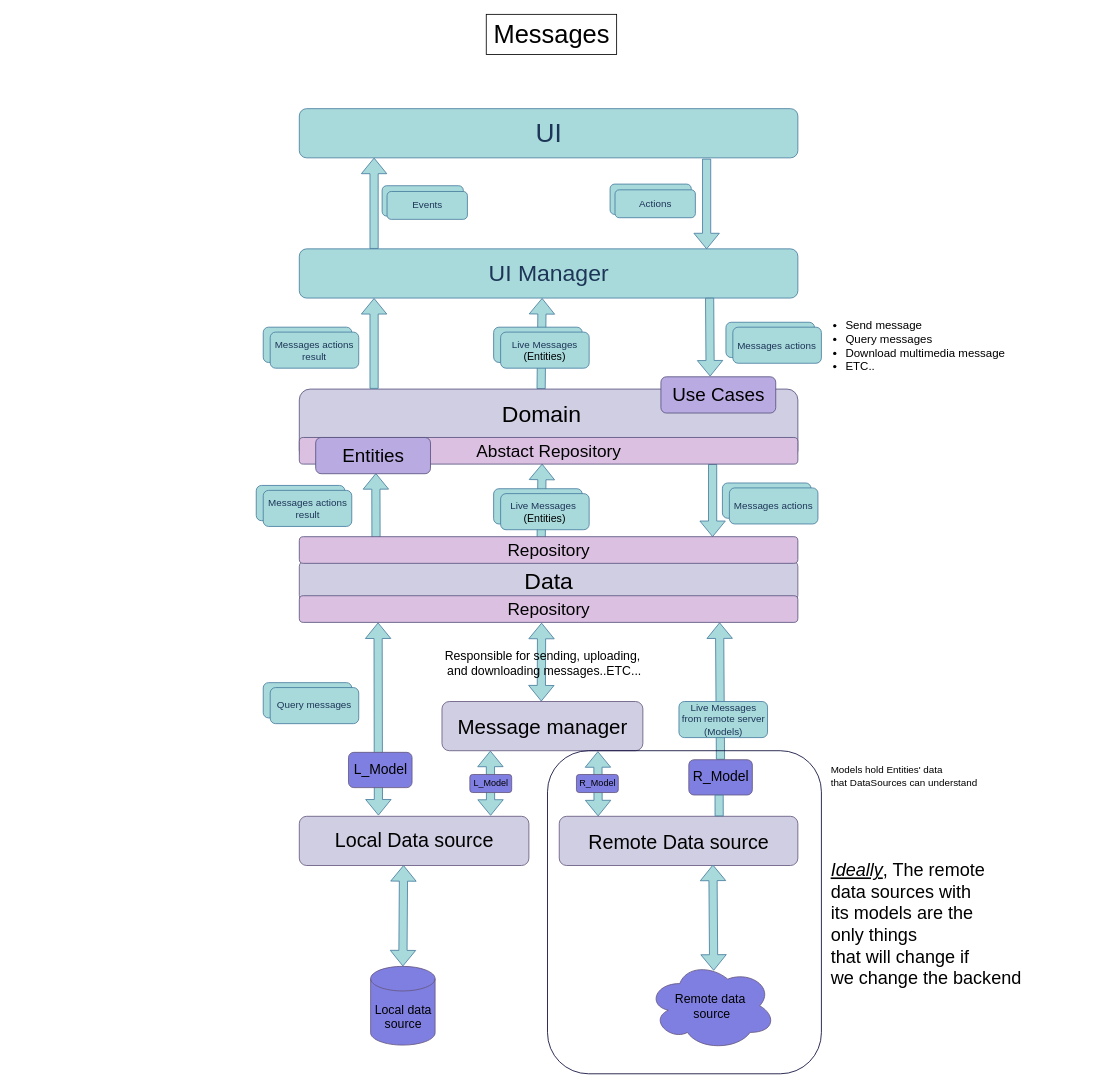
Above: page "messages" (1 of 5) of open-chat-architecture-for-mobile-applications.drawio in mobile-open-chat/open-chat-architecture (draw.io), before the change. Source tidied: cells renumbered, new cells numbered last; positions are measured from the earlier drawing's top-left corner, leaving out a move shared by most shapes. Both pictures are drawn from the tidied source at 82%, with x=0, y=0 at pixel (256, 14).
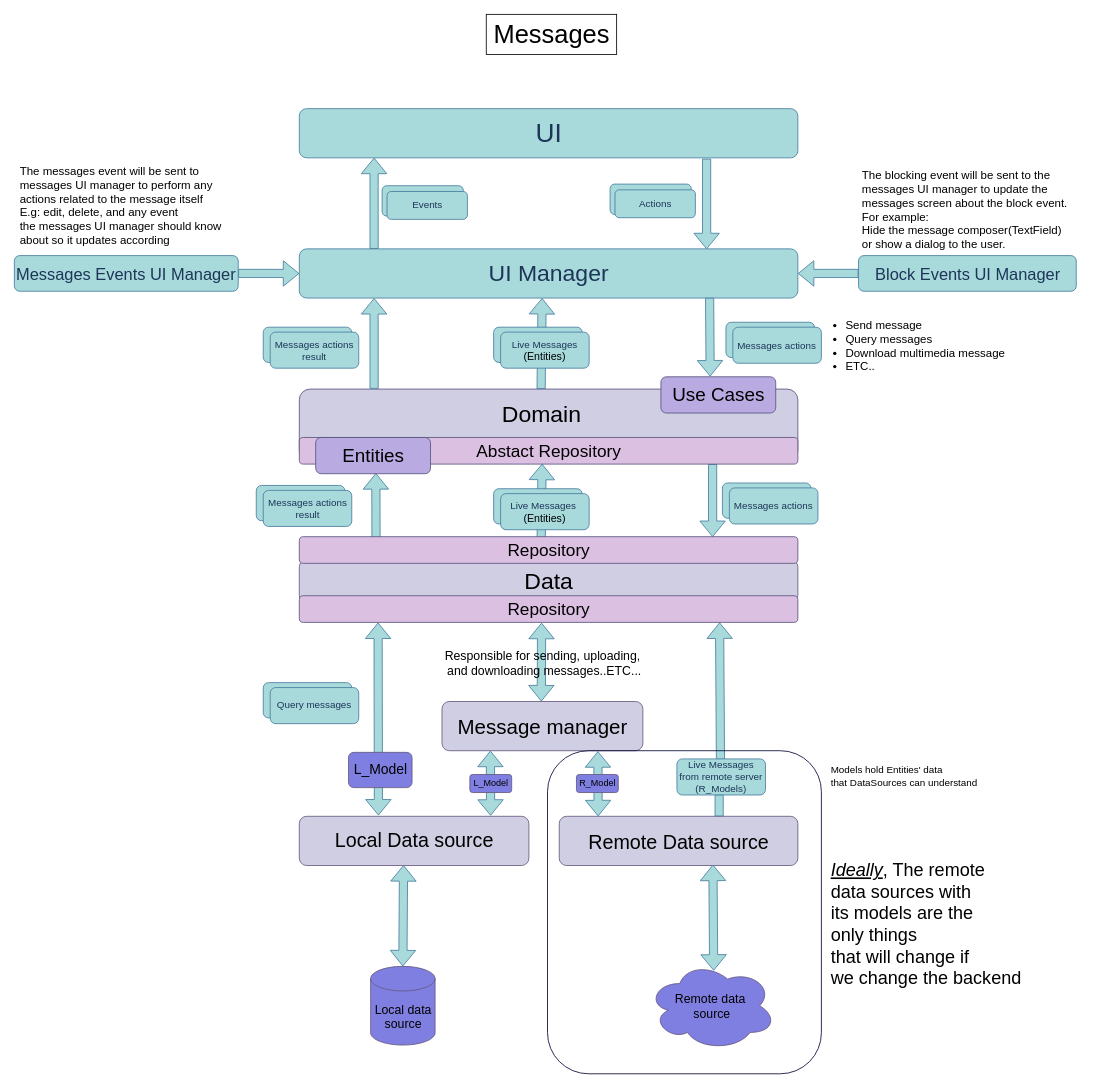
The same diagram, later.

Commit message (it also covers changes not shown here):
Add Chat and Block architecture.

Unchanged cells that the change refers to:
```xml
<mxCell id="6" value="&lt;font style=&quot;font-size: 28px;&quot;&gt;UI Manager&lt;br&gt;&lt;/font&gt;" style="rounded=1;whiteSpace=wrap;html=1;fillColor=#A8DADC;strokeColor=#457B9D;fontColor=#1D3557;" parent="1" vertex="1">
  <mxGeometry x="52.5" y="286" width="608" height="60" as="geometry" />
</mxCell>
<mxCell id="61" value="&lt;font style=&quot;font-size: 21px;&quot; color=&quot;#000000&quot;&gt;Repository&lt;/font&gt;" style="rounded=1;whiteSpace=wrap;html=1;fillColor=#DCC0E2;strokeColor=#56517e;" parent="1" vertex="1">
  <mxGeometry x="52.5" y="709" width="608" height="32.5" as="geometry" />
</mxCell>
```

The edit, as a diff of the source:
```diff
@@
-    <mxCell id="28" style="shape=flexArrow;endArrow=classic;html=1;rounded=0;fontSize=32;fontColor=#1D3557;strokeColor=#457B9D;fillColor=#A8DADC;entryX=0.843;entryY=1.002;entryDx=0;entryDy=0;entryPerimeter=0;startArrow=none;" parent="1" edge="1" source="52" target="61">
-      <mxGeometry relative="1" as="geometry" />
+    <mxCell id="28" style="shape=flexArrow;endArrow=classic;html=1;rounded=0;fontSize=32;fontColor=#1D3557;strokeColor=#457B9D;fillColor=#A8DADC;entryX=0.843;entryY=1.002;entryDx=0;entryDy=0;entryPerimeter=0;startArrow=none;" parent="1" edge="1" target="61">
+      <mxGeometry relative="1" as="geometry">
+        <mxPoint x="566.1" y="909" as="sourcePoint" />
+      </mxGeometry>
     </mxCell>
-    <mxCell id="29" value="Live Messages&lt;br&gt;from remote server&lt;br&gt;(Models)" style="rounded=1;whiteSpace=wrap;html=1;fontColor=#1D3557;strokeColor=#457B9D;fillColor=#A8DADC;" parent="1" vertex="1">
-      <mxGeometry x="515.5" y="838" width="108" height="44" as="geometry" />
+    <mxCell id="29" value="Live Messages&lt;br&gt;from remote server&lt;br&gt;(R_Models)" style="rounded=1;whiteSpace=wrap;html=1;fontColor=#1D3557;strokeColor=#457B9D;fillColor=#A8DADC;" parent="1" vertex="1">
+      <mxGeometry x="513" y="908" width="108" height="44" as="geometry" />
     </mxCell>
@@
-    <mxCell id="49" style="rounded=1;whiteSpace=wrap;html=1;labelBackgroundColor=none;fontSize=12;fontColor=#000000;fillColor=none;strokeColor=#000033;" parent="1" vertex="1">
-      <mxGeometry x="355.2" y="898" width="334" height="394" as="geometry" />
-    </mxCell>
@@
-    <mxCell id="52" value="&lt;font style=&quot;font-size: 17px;&quot; color=&quot;#000000&quot;&gt;R_Model&lt;/font&gt;" style="rounded=1;whiteSpace=wrap;html=1;fillColor=#7F7FE2;strokeColor=#64567E;" parent="1" vertex="1">
-      <mxGeometry x="527.5" y="909" width="77.5" height="43" as="geometry" />
-    </mxCell>
-    <mxCell id="53" style="shape=flexArrow;endArrow=none;html=1;rounded=0;fontSize=32;fontColor=#1D3557;strokeColor=#457B9D;fillColor=#A8DADC;entryX=0.477;entryY=0.993;entryDx=0;entryDy=0;entryPerimeter=0;" parent="1" edge="1" target="52">
+    <mxCell id="53" style="shape=flexArrow;endArrow=none;html=1;rounded=0;fontSize=32;fontColor=#1D3557;strokeColor=#457B9D;fillColor=#A8DADC;entryX=0.477;entryY=0.993;entryDx=0;entryDy=0;entryPerimeter=0;" parent="1" edge="1">
       <mxGeometry relative="1" as="geometry">
         <mxPoint x="564.5" y="978" as="sourcePoint" />
+        <mxPoint x="564.5" y="951.7" as="targetPoint" />
       </mxGeometry>
     </mxCell>
@@
+    <mxCell id="63" value="&lt;font style=&quot;&quot;&gt;&lt;font style=&quot;font-size: 20px;&quot;&gt;Messages Events UI Manager&lt;/font&gt;&lt;br&gt;&lt;/font&gt;" style="rounded=1;whiteSpace=wrap;html=1;fillColor=#A8DADC;strokeColor=#457B9D;fontColor=#1D3557;" parent="1" vertex="1">
+      <mxGeometry x="-295" y="294.2" width="273" height="43.5" as="geometry" />
+    </mxCell>
+    <mxCell id="64" style="shape=flexArrow;endArrow=classic;html=1;rounded=0;fontSize=32;fontColor=#1D3557;strokeColor=#457B9D;fillColor=#A8DADC;verticalAlign=middle;entryX=0;entryY=0.5;entryDx=0;entryDy=0;exitX=1;exitY=0.5;exitDx=0;exitDy=0;" parent="1" edge="1" source="63" target="6">
+      <mxGeometry relative="1" as="geometry" />
+    </mxCell>
+    <mxCell id="65" value="&lt;div&gt;&lt;span style=&quot;font-size: 14px;&quot;&gt;The messages event will be sent to&lt;/span&gt;&lt;/div&gt;&lt;div&gt;&lt;span style=&quot;font-size: 14px;&quot;&gt;messages UI manager to perform any&amp;nbsp;&lt;/span&gt;&lt;/div&gt;&lt;div&gt;&lt;span style=&quot;font-size: 14px;&quot;&gt;actions related to the message itself&lt;/span&gt;&lt;/div&gt;&lt;div&gt;&lt;span style=&quot;font-size: 14px;&quot;&gt;E.g: edit, delete, and any event&lt;/span&gt;&lt;/div&gt;&lt;div&gt;&lt;span style=&quot;font-size: 14px;&quot;&gt;the messages UI manager should know&lt;/span&gt;&lt;/div&gt;&lt;div&gt;&lt;span style=&quot;font-size: 14px;&quot;&gt;about so it updates according&lt;/span&gt;&lt;/div&gt;" style="text;html=1;align=left;verticalAlign=middle;strokeColor=none;fillColor=none;fontSize=13;fontColor=#000000;fillStyle=solid;" parent="1" vertex="1">
+      <mxGeometry x="-290.5" y="176.5" width="264" height="113" as="geometry" />
+    </mxCell>
+    <mxCell id="49" style="rounded=1;whiteSpace=wrap;html=1;labelBackgroundColor=none;fontSize=12;fontColor=#000000;fillColor=none;strokeColor=#000033;" parent="1" vertex="1">
+      <mxGeometry x="355.2" y="898" width="334" height="394" as="geometry" />
+    </mxCell>
+    <mxCell id="66" value="&lt;font style=&quot;&quot;&gt;&lt;font style=&quot;font-size: 20px;&quot;&gt;Block Events UI Manager&lt;/font&gt;&lt;br&gt;&lt;/font&gt;" style="rounded=1;whiteSpace=wrap;html=1;fillColor=#A8DADC;strokeColor=#457B9D;fontColor=#1D3557;direction=east;" parent="1" vertex="1">
+      <mxGeometry x="734.5" y="294.2" width="265.5" height="43.5" as="geometry" />
+    </mxCell>
+    <mxCell id="67" style="shape=flexArrow;endArrow=classic;html=1;rounded=0;fontSize=32;fontColor=#1D3557;strokeColor=#457B9D;fillColor=#A8DADC;verticalAlign=middle;entryX=1;entryY=0.5;entryDx=0;entryDy=0;exitX=0;exitY=0.5;exitDx=0;exitDy=0;" parent="1" edge="1" source="66" target="6">
+      <mxGeometry relative="1" as="geometry" />
+    </mxCell>
+    <mxCell id="68" value="&lt;div&gt;&lt;span style=&quot;font-size: 14px;&quot;&gt;The blocking event will be sent to the&lt;/span&gt;&lt;/div&gt;&lt;div&gt;&lt;span style=&quot;font-size: 14px;&quot;&gt;messages UI manager&amp;nbsp;&lt;/span&gt;&lt;span style=&quot;font-size: 14px; background-color: initial;&quot;&gt;to update the&amp;nbsp;&lt;/span&gt;&lt;/div&gt;&lt;div&gt;&lt;span style=&quot;font-size: 14px; background-color: initial;&quot;&gt;messages screen about the block event.&lt;/span&gt;&lt;/div&gt;&lt;div&gt;&lt;span style=&quot;font-size: 14px; background-color: initial;&quot;&gt;For&amp;nbsp;&lt;/span&gt;&lt;span style=&quot;font-size: 14px; background-color: initial;&quot;&gt;example:&lt;/span&gt;&lt;/div&gt;&lt;div&gt;&lt;span style=&quot;font-size: 14px; background-color: initial;&quot;&gt;Hide the message composer(TextField)&lt;/span&gt;&lt;/div&gt;&lt;div&gt;&lt;span style=&quot;font-size: 14px; background-color: initial;&quot;&gt;or show a dialog to the user.&lt;/span&gt;&lt;/div&gt;" style="text;html=1;align=left;verticalAlign=middle;strokeColor=none;fillColor=none;fontSize=13;fontColor=#000000;fillStyle=solid;" parent="1" vertex="1">
+      <mxGeometry x="737" y="181.2" width="269" height="113" as="geometry" />
+    </mxCell>
```
